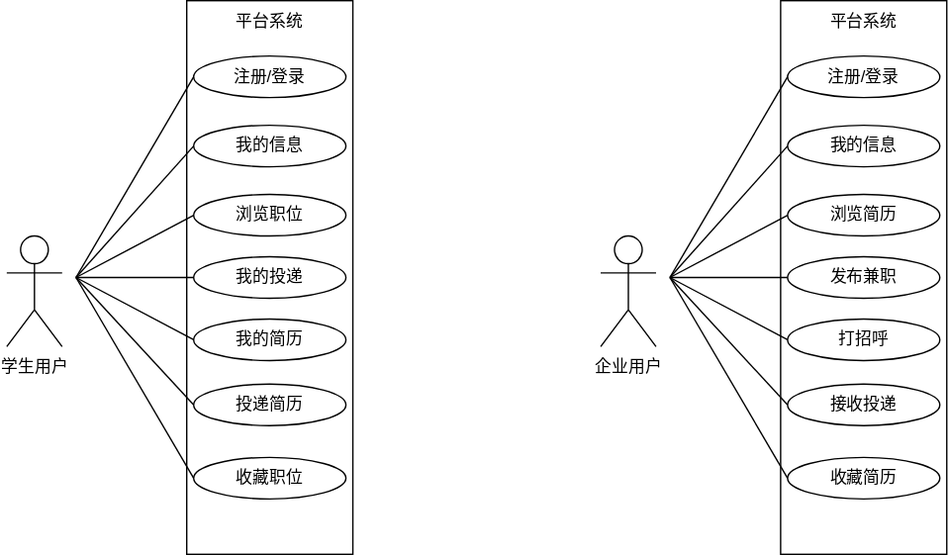
This is paper.drawio.svg from fubd/paper-image, a draw.io export, as it was before one commit. Source tidied: cells renumbered, new cells last; positions are measured from the earlier drawing's top-left corner, leaving out a move shared by most shapes.
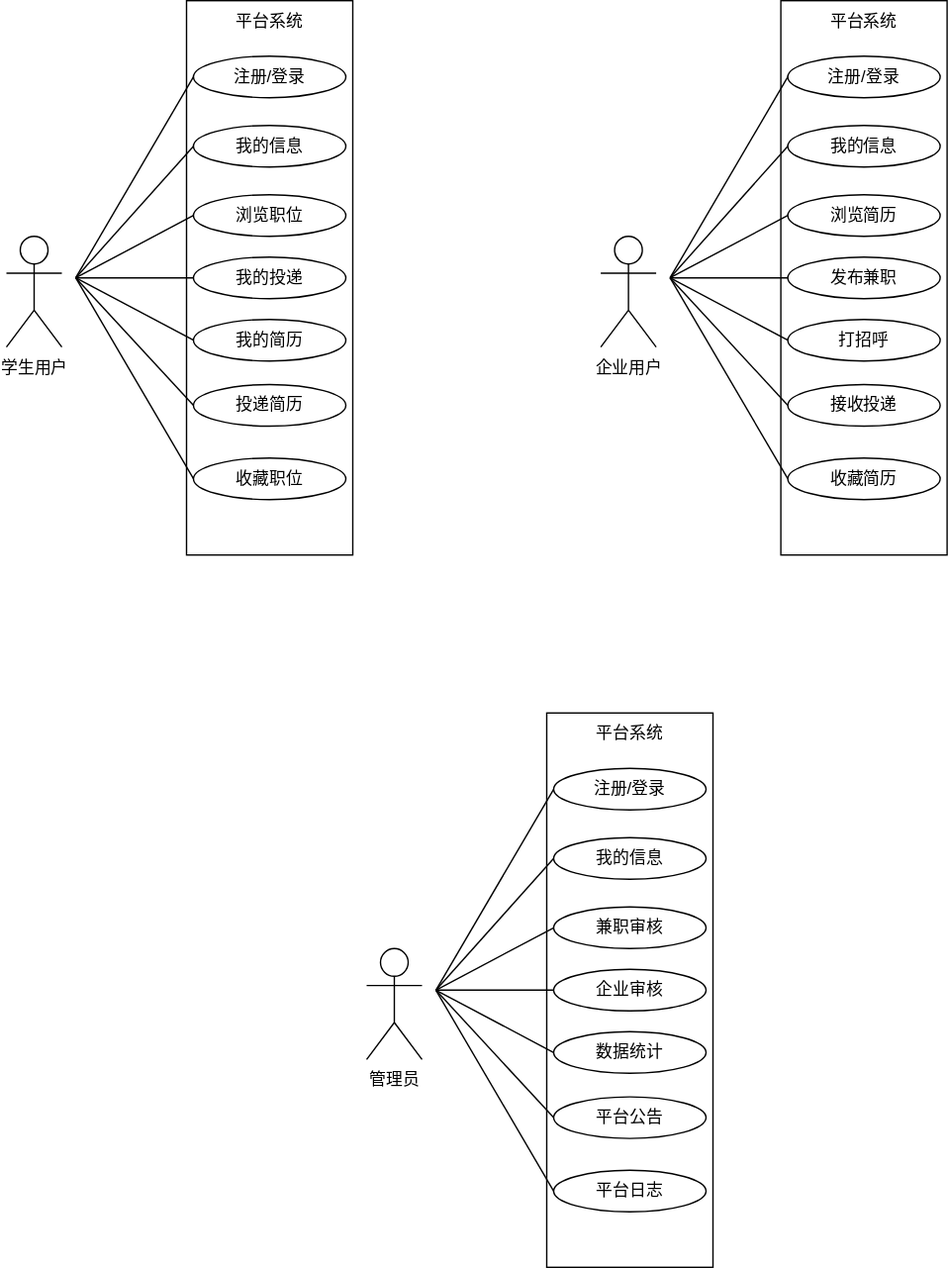
The same diagram one commit later.

Change to the diagram source:
```diff
@@ -70,73 +70,147 @@
         <mxPoint x="50" y="200" as="sourcePoint" />
       </mxGeometry>
     </mxCell>
+    <mxCell id="36" style="group;" parent="1" vertex="1">
+      <mxGeometry x="429" width="250" height="400" as="geometry" />
+    </mxCell>
-    <mxCell id="19" value="&lt;span style=&quot;font-size: 12px;&quot;&gt;企业用户&lt;/span&gt;" style="shape=umlActor;verticalLabelPosition=bottom;verticalAlign=top;html=1;fontSize=13;" parent="1" vertex="1">
-      <mxGeometry x="429" y="170" width="40" height="80" as="geometry" />
+    <mxCell id="19" value="&lt;span style=&quot;font-size: 12px;&quot;&gt;企业用户&lt;/span&gt;" style="shape=umlActor;verticalLabelPosition=bottom;verticalAlign=top;html=1;fontSize=13;" parent="36" vertex="1">
+      <mxGeometry y="170" width="40" height="80" as="geometry" />
     </mxCell>
-    <mxCell id="20" value="&lt;div&gt;&lt;span style=&quot;background-color: transparent; color: light-dark(rgb(0, 0, 0), rgb(255, 255, 255));&quot;&gt;&lt;font style=&quot;font-size: 12px;&quot;&gt;平台系统&lt;/font&gt;&lt;/span&gt;&lt;/div&gt;" style="rounded=0;whiteSpace=wrap;html=1;align=center;verticalAlign=top;fontSize=13;" parent="1" vertex="1">
-      <mxGeometry x="559" width="120" height="400" as="geometry" />
+    <mxCell id="20" value="&lt;div&gt;&lt;span style=&quot;background-color: transparent; color: light-dark(rgb(0, 0, 0), rgb(255, 255, 255));&quot;&gt;&lt;font style=&quot;font-size: 12px;&quot;&gt;平台系统&lt;/font&gt;&lt;/span&gt;&lt;/div&gt;" style="rounded=0;whiteSpace=wrap;html=1;align=center;verticalAlign=top;fontSize=13;" parent="36" vertex="1">
+      <mxGeometry x="130" width="120" height="400" as="geometry" />
     </mxCell>
-    <mxCell id="21" value="注册/登录" style="ellipse;whiteSpace=wrap;html=1;" parent="1" vertex="1">
-      <mxGeometry x="564" y="40" width="110" height="30" as="geometry" />
+    <mxCell id="21" value="注册/登录" style="ellipse;whiteSpace=wrap;html=1;" parent="36" vertex="1">
+      <mxGeometry x="135" y="40" width="110" height="30" as="geometry" />
     </mxCell>
-    <mxCell id="22" value="我的信息" style="ellipse;whiteSpace=wrap;html=1;" parent="1" vertex="1">
-      <mxGeometry x="564" y="90" width="110" height="30" as="geometry" />
+    <mxCell id="22" value="我的信息" style="ellipse;whiteSpace=wrap;html=1;" parent="36" vertex="1">
+      <mxGeometry x="135" y="90" width="110" height="30" as="geometry" />
     </mxCell>
-    <mxCell id="23" value="浏览简历" style="ellipse;whiteSpace=wrap;html=1;" parent="1" vertex="1">
-      <mxGeometry x="564" y="140" width="110" height="30" as="geometry" />
+    <mxCell id="23" value="浏览简历" style="ellipse;whiteSpace=wrap;html=1;" parent="36" vertex="1">
+      <mxGeometry x="135" y="140" width="110" height="30" as="geometry" />
     </mxCell>
-    <mxCell id="24" value="发布兼职" style="ellipse;whiteSpace=wrap;html=1;" parent="1" vertex="1">
-      <mxGeometry x="564" y="185" width="110" height="30" as="geometry" />
+    <mxCell id="24" value="发布兼职" style="ellipse;whiteSpace=wrap;html=1;" parent="36" vertex="1">
+      <mxGeometry x="135" y="185" width="110" height="30" as="geometry" />
     </mxCell>
-    <mxCell id="25" value="打招呼" style="ellipse;whiteSpace=wrap;html=1;" parent="1" vertex="1">
-      <mxGeometry x="564" y="230" width="110" height="30" as="geometry" />
+    <mxCell id="25" value="打招呼" style="ellipse;whiteSpace=wrap;html=1;" parent="36" vertex="1">
+      <mxGeometry x="135" y="230" width="110" height="30" as="geometry" />
     </mxCell>
-    <mxCell id="26" value="接收投递" style="ellipse;whiteSpace=wrap;html=1;" parent="1" vertex="1">
-      <mxGeometry x="564" y="277" width="110" height="30" as="geometry" />
+    <mxCell id="26" value="接收投递" style="ellipse;whiteSpace=wrap;html=1;" parent="36" vertex="1">
+      <mxGeometry x="135" y="277" width="110" height="30" as="geometry" />
     </mxCell>
-    <mxCell id="27" value="收藏简历" style="ellipse;whiteSpace=wrap;html=1;spacingTop=0;spacingLeft=0;" parent="1" vertex="1">
-      <mxGeometry x="564" y="330" width="110" height="30" as="geometry" />
+    <mxCell id="27" value="收藏简历" style="ellipse;whiteSpace=wrap;html=1;spacingTop=0;spacingLeft=0;" parent="36" vertex="1">
+      <mxGeometry x="135" y="330" width="110" height="30" as="geometry" />
     </mxCell>
-    <mxCell id="28" style="endArrow=none;html=1;rounded=0;" parent="1" edge="1">
+    <mxCell id="28" style="endArrow=none;html=1;rounded=0;" parent="36" edge="1">
       <mxGeometry relative="1" as="geometry">
-        <mxPoint x="479" y="200" as="sourcePoint" />
-        <mxPoint x="479" y="200" as="targetPoint" />
+        <mxPoint x="50" y="200" as="sourcePoint" />
+        <mxPoint x="50" y="200" as="targetPoint" />
       </mxGeometry>
     </mxCell>
-    <mxCell id="29" style="endArrow=none;html=1;rounded=0;entryX=0;entryY=0.5;entryDx=0;entryDy=0;" parent="1" edge="1" target="24">
+    <mxCell id="29" style="endArrow=none;html=1;rounded=0;entryX=0;entryY=0.5;entryDx=0;entryDy=0;" parent="36" edge="1" target="24">
       <mxGeometry relative="1" as="geometry">
-        <mxPoint x="479" y="200" as="sourcePoint" />
+        <mxPoint x="50" y="200" as="sourcePoint" />
       </mxGeometry>
     </mxCell>
-    <mxCell id="30" style="endArrow=none;html=1;rounded=0;entryX=0;entryY=0.5;entryDx=0;entryDy=0;" parent="1" edge="1" target="23">
+    <mxCell id="30" style="endArrow=none;html=1;rounded=0;entryX=0;entryY=0.5;entryDx=0;entryDy=0;" parent="36" edge="1" target="23">
       <mxGeometry relative="1" as="geometry">
-        <mxPoint x="479" y="200" as="sourcePoint" />
+        <mxPoint x="50" y="200" as="sourcePoint" />
       </mxGeometry>
     </mxCell>
-    <mxCell id="31" style="endArrow=none;html=1;rounded=0;entryX=0;entryY=0.5;entryDx=0;entryDy=0;" parent="1" edge="1" target="25">
+    <mxCell id="31" style="endArrow=none;html=1;rounded=0;entryX=0;entryY=0.5;entryDx=0;entryDy=0;" parent="36" edge="1" target="25">
       <mxGeometry relative="1" as="geometry">
-        <mxPoint x="479" y="200" as="sourcePoint" />
+        <mxPoint x="50" y="200" as="sourcePoint" />
       </mxGeometry>
     </mxCell>
-    <mxCell id="32" style="endArrow=none;html=1;rounded=0;entryX=0;entryY=0.5;entryDx=0;entryDy=0;" parent="1" edge="1" target="26">
+    <mxCell id="32" style="endArrow=none;html=1;rounded=0;entryX=0;entryY=0.5;entryDx=0;entryDy=0;" parent="36" edge="1" target="26">
       <mxGeometry relative="1" as="geometry">
-        <mxPoint x="479" y="200" as="sourcePoint" />
+        <mxPoint x="50" y="200" as="sourcePoint" />
       </mxGeometry>
     </mxCell>
-    <mxCell id="33" style="endArrow=none;html=1;rounded=0;entryX=0;entryY=0.5;entryDx=0;entryDy=0;" parent="1" edge="1" target="22">
+    <mxCell id="33" style="endArrow=none;html=1;rounded=0;entryX=0;entryY=0.5;entryDx=0;entryDy=0;" parent="36" edge="1" target="22">
       <mxGeometry relative="1" as="geometry">
-        <mxPoint x="479" y="200" as="sourcePoint" />
+        <mxPoint x="50" y="200" as="sourcePoint" />
       </mxGeometry>
     </mxCell>
-    <mxCell id="34" style="endArrow=none;html=1;rounded=0;entryX=0;entryY=0.5;entryDx=0;entryDy=0;" parent="1" edge="1" target="21">
+    <mxCell id="34" style="endArrow=none;html=1;rounded=0;entryX=0;entryY=0.5;entryDx=0;entryDy=0;" parent="36" edge="1" target="21">
       <mxGeometry relative="1" as="geometry">
-        <mxPoint x="479" y="200" as="sourcePoint" />
+        <mxPoint x="50" y="200" as="sourcePoint" />
       </mxGeometry>
     </mxCell>
-    <mxCell id="35" style="endArrow=none;html=1;rounded=0;entryX=0;entryY=0.5;entryDx=0;entryDy=0;" parent="1" edge="1" target="27">
+    <mxCell id="35" style="endArrow=none;html=1;rounded=0;entryX=0;entryY=0.5;entryDx=0;entryDy=0;" parent="36" edge="1" target="27">
       <mxGeometry relative="1" as="geometry">
-        <mxPoint x="479" y="200" as="sourcePoint" />
+        <mxPoint x="50" y="200" as="sourcePoint" />
       </mxGeometry>
     </mxCell>
+    <mxCell id="37" style="group;" parent="1" vertex="1">
+      <mxGeometry x="260" y="514" width="250" height="400" as="geometry" />
+    </mxCell>
+    <mxCell id="38" value="&lt;span style=&quot;font-size: 12px;&quot;&gt;管理员&lt;/span&gt;" style="shape=umlActor;verticalLabelPosition=bottom;verticalAlign=top;html=1;fontSize=13;" parent="37" vertex="1">
+      <mxGeometry y="170" width="40" height="80" as="geometry" />
+    </mxCell>
+    <mxCell id="39" value="&lt;div&gt;&lt;span style=&quot;background-color: transparent; color: light-dark(rgb(0, 0, 0), rgb(255, 255, 255));&quot;&gt;&lt;font style=&quot;font-size: 12px;&quot;&gt;平台系统&lt;/font&gt;&lt;/span&gt;&lt;/div&gt;" style="rounded=0;whiteSpace=wrap;html=1;align=center;verticalAlign=top;fontSize=13;" parent="37" vertex="1">
+      <mxGeometry x="130" width="120" height="400" as="geometry" />
+    </mxCell>
+    <mxCell id="40" value="注册/登录" style="ellipse;whiteSpace=wrap;html=1;" parent="37" vertex="1">
+      <mxGeometry x="135" y="40" width="110" height="30" as="geometry" />
+    </mxCell>
+    <mxCell id="41" value="我的信息" style="ellipse;whiteSpace=wrap;html=1;" parent="37" vertex="1">
+      <mxGeometry x="135" y="90" width="110" height="30" as="geometry" />
+    </mxCell>
+    <mxCell id="42" value="兼职审核" style="ellipse;whiteSpace=wrap;html=1;" parent="37" vertex="1">
+      <mxGeometry x="135" y="140" width="110" height="30" as="geometry" />
+    </mxCell>
+    <mxCell id="43" value="企业审核" style="ellipse;whiteSpace=wrap;html=1;" parent="37" vertex="1">
+      <mxGeometry x="135" y="185" width="110" height="30" as="geometry" />
+    </mxCell>
+    <mxCell id="44" value="数据统计" style="ellipse;whiteSpace=wrap;html=1;" parent="37" vertex="1">
+      <mxGeometry x="135" y="230" width="110" height="30" as="geometry" />
+    </mxCell>
+    <mxCell id="45" value="平台公告" style="ellipse;whiteSpace=wrap;html=1;" parent="37" vertex="1">
+      <mxGeometry x="135" y="277" width="110" height="30" as="geometry" />
+    </mxCell>
+    <mxCell id="46" value="平台日志" style="ellipse;whiteSpace=wrap;html=1;spacingTop=0;spacingLeft=0;" parent="37" vertex="1">
+      <mxGeometry x="135" y="330" width="110" height="30" as="geometry" />
+    </mxCell>
+    <mxCell id="47" style="endArrow=none;html=1;rounded=0;" parent="37" edge="1">
+      <mxGeometry relative="1" as="geometry">
+        <mxPoint x="50" y="200" as="sourcePoint" />
+        <mxPoint x="50" y="200" as="targetPoint" />
+      </mxGeometry>
+    </mxCell>
+    <mxCell id="48" style="endArrow=none;html=1;rounded=0;entryX=0;entryY=0.5;entryDx=0;entryDy=0;" parent="37" edge="1" target="43">
+      <mxGeometry relative="1" as="geometry">
+        <mxPoint x="50" y="200" as="sourcePoint" />
+      </mxGeometry>
+    </mxCell>
+    <mxCell id="49" style="endArrow=none;html=1;rounded=0;entryX=0;entryY=0.5;entryDx=0;entryDy=0;" parent="37" edge="1" target="42">
+      <mxGeometry relative="1" as="geometry">
+        <mxPoint x="50" y="200" as="sourcePoint" />
+      </mxGeometry>
+    </mxCell>
+    <mxCell id="50" style="endArrow=none;html=1;rounded=0;entryX=0;entryY=0.5;entryDx=0;entryDy=0;" parent="37" edge="1" target="44">
+      <mxGeometry relative="1" as="geometry">
+        <mxPoint x="50" y="200" as="sourcePoint" />
+      </mxGeometry>
+    </mxCell>
+    <mxCell id="51" style="endArrow=none;html=1;rounded=0;entryX=0;entryY=0.5;entryDx=0;entryDy=0;" parent="37" edge="1" target="45">
+      <mxGeometry relative="1" as="geometry">
+        <mxPoint x="50" y="200" as="sourcePoint" />
+      </mxGeometry>
+    </mxCell>
+    <mxCell id="52" style="endArrow=none;html=1;rounded=0;entryX=0;entryY=0.5;entryDx=0;entryDy=0;" parent="37" edge="1" target="41">
+      <mxGeometry relative="1" as="geometry">
+        <mxPoint x="50" y="200" as="sourcePoint" />
+      </mxGeometry>
+    </mxCell>
+    <mxCell id="53" style="endArrow=none;html=1;rounded=0;entryX=0;entryY=0.5;entryDx=0;entryDy=0;" parent="37" edge="1" target="40">
+      <mxGeometry relative="1" as="geometry">
+        <mxPoint x="50" y="200" as="sourcePoint" />
+      </mxGeometry>
+    </mxCell>
+    <mxCell id="54" style="endArrow=none;html=1;rounded=0;entryX=0;entryY=0.5;entryDx=0;entryDy=0;" parent="37" edge="1" target="46">
+      <mxGeometry relative="1" as="geometry">
+        <mxPoint x="50" y="200" as="sourcePoint" />
+      </mxGeometry>
+    </mxCell>
   </root>
 </mxGraphModel>
```
